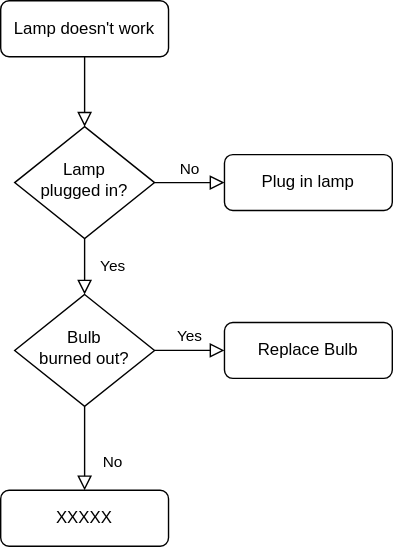
Before: images/test.drawio.svg, a diagram exported from draw.io (charyxiao/charyxiao.github.io). Source tidied: cells renumbered, new cells last; positions are measured from the earlier drawing's top-left corner, leaving out a move shared by most shapes.
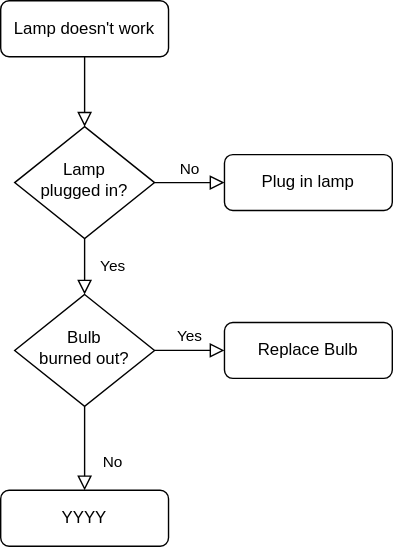
Later version of the same file.

Change to the diagram source:
```diff
@@ -29,7 +29,7 @@
     <mxCell id="10" value="Bulb&lt;br&gt;burned out?" style="rhombus;whiteSpace=wrap;html=1;shadow=0;fontFamily=Helvetica;fontSize=12;align=center;strokeWidth=1;spacing=6;spacingTop=-4;" parent="1" vertex="1">
       <mxGeometry x="10" y="210" width="100" height="80" as="geometry" />
     </mxCell>
-    <mxCell id="11" value="XXXXX" style="rounded=1;whiteSpace=wrap;html=1;fontSize=12;glass=0;strokeWidth=1;shadow=0;" parent="1" vertex="1">
+    <mxCell id="11" value="YYYY" style="rounded=1;whiteSpace=wrap;html=1;fontSize=12;glass=0;strokeWidth=1;shadow=0;" parent="1" vertex="1">
       <mxGeometry y="350" width="120" height="40" as="geometry" />
     </mxCell>
     <mxCell id="12" value="Replace Bulb" style="rounded=1;whiteSpace=wrap;html=1;fontSize=12;glass=0;strokeWidth=1;shadow=0;" parent="1" vertex="1">
```
